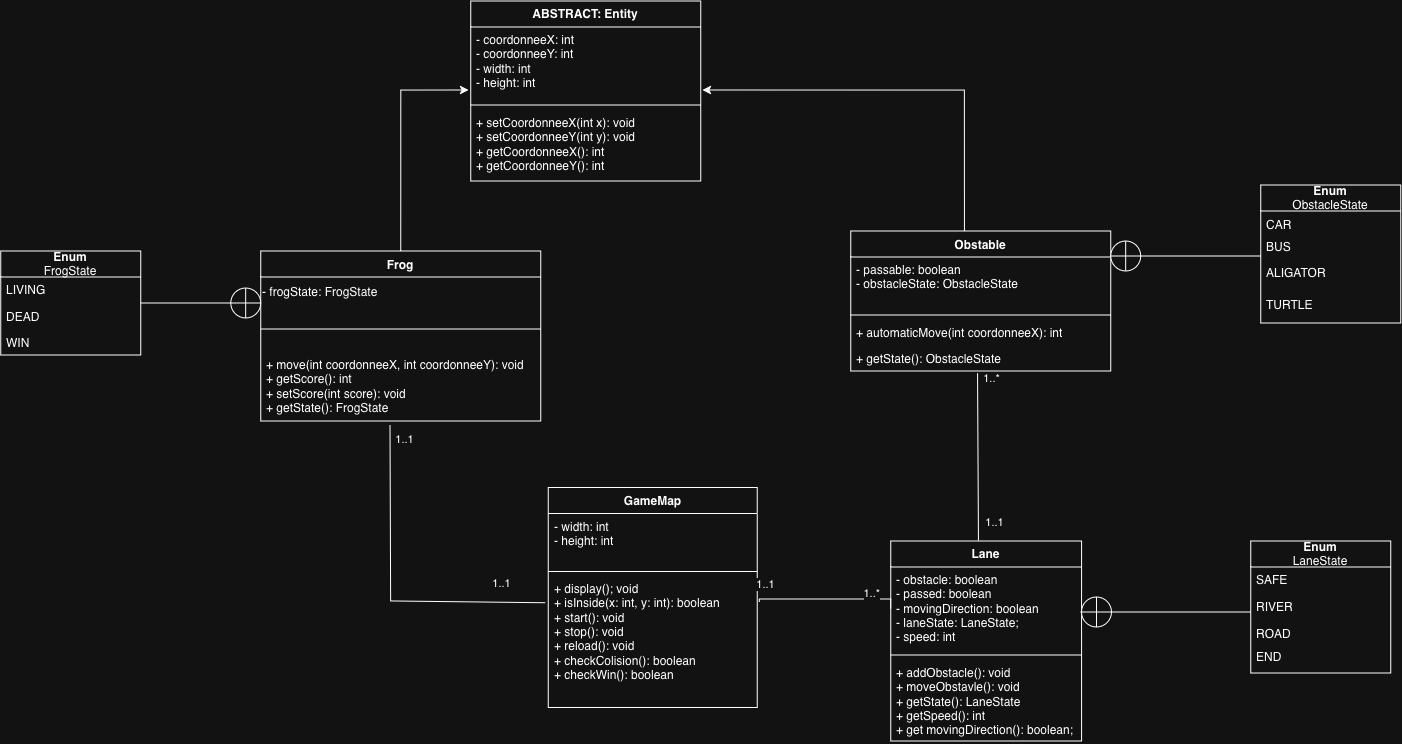
Above: diagrams/Diagram.png in quentinhouillon/Frogger (draw.io), before the change. Source tidied: cells renumbered, new cells last; positions are measured from the earlier drawing's top-left corner, leaving out a move shared by most shapes.
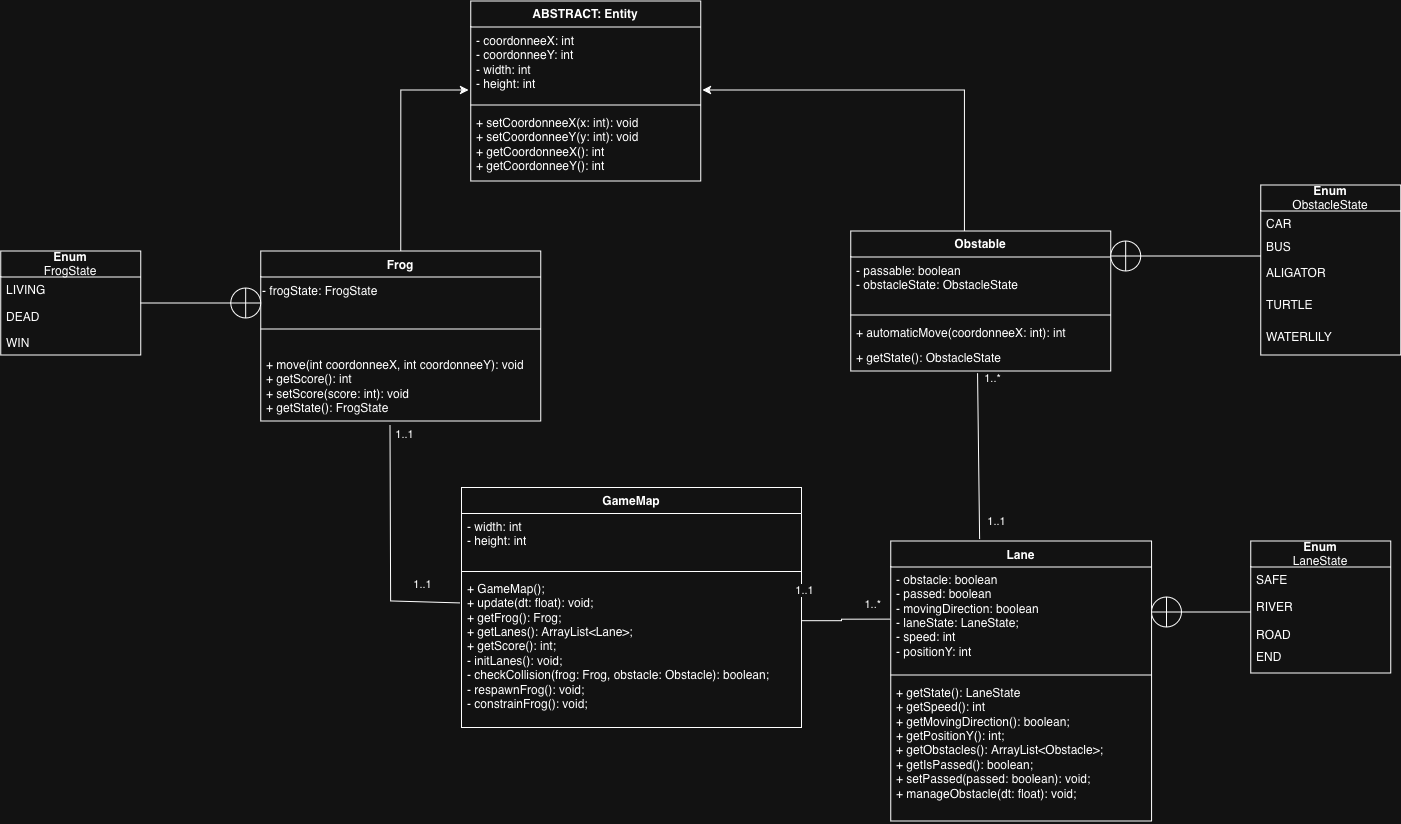
The same file after the commit.

Diff of the diagram source:
```diff
@@ -11,7 +11,7 @@
     <mxCell id="4" style="line;strokeWidth=1;fillColor=none;align=left;verticalAlign=middle;spacingTop=-1;spacingLeft=3;spacingRight=3;labelPosition=right;strokeColor=inherit;" parent="2" vertex="1">
       <mxGeometry y="100" width="230" height="8" as="geometry" />
     </mxCell>
-    <mxCell id="5" value="&lt;div&gt;+ setCoordonneeX(int x): void&lt;/div&gt;&lt;div&gt;+ setCoordonneeY(int y): void&lt;/div&gt;&lt;div&gt;+&amp;nbsp;getCoordonneeX(): int&lt;/div&gt;&lt;div&gt;+ getCoordonneeY(): int&lt;/div&gt;" style="text;strokeColor=none;fillColor=none;align=left;verticalAlign=top;spacingLeft=4;spacingRight=4;overflow=hidden;whiteSpace=wrap;html=1;" parent="2" vertex="1">
+    <mxCell id="5" value="&lt;div&gt;+ setCoordonneeX(x: int): void&lt;/div&gt;&lt;div&gt;+ setCoordonneeY(y: int): void&lt;/div&gt;&lt;div&gt;+&amp;nbsp;getCoordonneeX(): int&lt;/div&gt;&lt;div&gt;+ getCoordonneeY(): int&lt;/div&gt;" style="text;strokeColor=none;fillColor=none;align=left;verticalAlign=top;spacingLeft=4;spacingRight=4;overflow=hidden;whiteSpace=wrap;html=1;" parent="2" vertex="1">
       <mxGeometry y="108" width="230" height="72" as="geometry" />
     </mxCell>
     <mxCell id="6" value="Frog" style="swimlane;fontStyle=1;align=center;verticalAlign=top;horizontal=1;startSize=26;whiteSpace=wrap;html=1;" parent="1" vertex="1">
@@ -23,7 +23,7 @@
     <mxCell id="8" style="line;strokeWidth=1;fillColor=none;align=left;verticalAlign=middle;spacingTop=-1;spacingLeft=3;spacingRight=3;labelPosition=right;strokeColor=inherit;" parent="6" vertex="1">
       <mxGeometry y="56" width="280" height="44" as="geometry" />
     </mxCell>
-    <mxCell id="9" value="&lt;div&gt;+ move(int coordonneeX, int coordonneeY): void&lt;/div&gt;&lt;div&gt;+ getScore(): int&lt;/div&gt;&lt;div&gt;+ setScore(int score): void&lt;/div&gt;&lt;div&gt;+ getState(): FrogState&lt;/div&gt;" style="text;strokeColor=none;fillColor=none;align=left;verticalAlign=top;spacingLeft=4;spacingRight=4;overflow=hidden;points=[[0,0.5],[1,0.5]];portConstraint=eastwest;whiteSpace=wrap;html=1;" parent="6" vertex="1">
+    <mxCell id="9" value="&lt;div&gt;+ move(int coordonneeX, int coordonneeY): void&lt;/div&gt;&lt;div&gt;+ getScore(): int&lt;/div&gt;&lt;div&gt;+ setScore(score: int): void&lt;/div&gt;&lt;div&gt;+ getState(): FrogState&lt;/div&gt;" style="text;strokeColor=none;fillColor=none;align=left;verticalAlign=top;spacingLeft=4;spacingRight=4;overflow=hidden;points=[[0,0.5],[1,0.5]];portConstraint=eastwest;whiteSpace=wrap;html=1;" parent="6" vertex="1">
       <mxGeometry y="100" width="280" height="70" as="geometry" />
     </mxCell>
     <mxCell id="10" style="edgeStyle=orthogonalEdgeStyle;rounded=0;jettySize=auto;html=1;exitX=0.5;exitY=0;exitDx=0;exitDy=0;entryX=-0.009;entryY=0.851;entryDx=0;entryDy=0;entryPerimeter=0;" parent="1" edge="1" source="6" target="3">
@@ -32,7 +32,7 @@
     <mxCell id="11" style="edgeStyle=orthogonalEdgeStyle;rounded=0;jettySize=auto;html=1;entryX=1.008;entryY=0.851;entryDx=0;entryDy=0;entryPerimeter=0;exitX=0.438;exitY=0;exitDx=0;exitDy=0;exitPerimeter=0;" parent="1" edge="1" source="29" target="3">
       <mxGeometry relative="1" as="geometry" />
     </mxCell>
-    <mxCell id="12" style="endArrow=none;html=1;rounded=0;exitX=-0.013;exitY=0.207;exitDx=0;exitDy=0;exitPerimeter=0;entryX=0.462;entryY=1.051;entryDx=0;entryDy=0;entryPerimeter=0;" parent="1" edge="1" source="21" target="9">
+    <mxCell id="12" style="endArrow=none;html=1;rounded=0;exitX=-0.003;exitY=0.181;exitDx=0;exitDy=0;exitPerimeter=0;entryX=0.462;entryY=1.051;entryDx=0;entryDy=0;entryPerimeter=0;" parent="1" edge="1" source="21" target="9">
       <mxGeometry relative="1" as="geometry">
         <Array as="points">
           <mxPoint x="390.2" y="600.5" />
@@ -49,7 +49,7 @@
         <mxPoint x="-23" y="-17" as="offset" />
       </mxGeometry>
     </mxCell>
-    <mxCell id="15" style="endArrow=none;html=1;rounded=0;entryX=0.488;entryY=1.086;entryDx=0;entryDy=0;entryPerimeter=0;exitX=0.46;exitY=-0.002;exitDx=0;exitDy=0;exitPerimeter=0;" parent="1" edge="1" source="22" target="33">
+    <mxCell id="15" style="endArrow=none;html=1;rounded=0;entryX=0.488;entryY=1.086;entryDx=0;entryDy=0;entryPerimeter=0;exitX=0.341;exitY=-0.007;exitDx=0;exitDy=0;exitPerimeter=0;" parent="1" edge="1" source="22" target="33">
       <mxGeometry relative="1" as="geometry" />
     </mxCell>
     <mxCell id="16" value="1..*" style="edgeLabel;html=1;align=center;verticalAlign=middle;" parent="15" vertex="1">
@@ -63,33 +63,34 @@
       </mxGeometry>
     </mxCell>
     <mxCell id="18" value="GameMap" style="swimlane;fontStyle=1;align=center;verticalAlign=top;horizontal=1;startSize=26;whiteSpace=wrap;html=1;" parent="1" vertex="1">
-      <mxGeometry x="547.7" y="487" width="209" height="220" as="geometry" />
+      <mxGeometry x="461" y="487" width="340" height="240" as="geometry" />
     </mxCell>
     <mxCell id="19" value="&lt;div&gt;- width: int&lt;/div&gt;&lt;div&gt;- height: int&lt;/div&gt;" style="text;strokeColor=none;fillColor=none;align=left;verticalAlign=top;spacingLeft=4;spacingRight=4;overflow=hidden;whiteSpace=wrap;html=1;" parent="18" vertex="1">
-      <mxGeometry y="26" width="209" height="54" as="geometry" />
+      <mxGeometry y="26" width="340" height="54" as="geometry" />
     </mxCell>
     <mxCell id="20" style="line;strokeWidth=1;fillColor=none;align=left;verticalAlign=middle;spacingTop=-1;spacingLeft=3;spacingRight=3;labelPosition=right;strokeColor=inherit;" parent="18" vertex="1">
-      <mxGeometry y="80" width="209" height="8" as="geometry" />
+      <mxGeometry y="80" width="340" height="8" as="geometry" />
     </mxCell>
-    <mxCell id="21" value="&lt;div&gt;+ display(); void&lt;/div&gt;&lt;div&gt;+ isInside(x: int, y: int): boolean&lt;/div&gt;&lt;div&gt;+ start(): void&lt;/div&gt;&lt;div&gt;+ stop(): void&lt;/div&gt;&lt;div&gt;&lt;div&gt;+ reload(): void&lt;/div&gt;&lt;/div&gt;&lt;div&gt;+ checkColision(): boolean&lt;/div&gt;&lt;div&gt;+ checkWin(): boolean&lt;/div&gt;" style="text;strokeColor=none;fillColor=none;align=left;verticalAlign=top;spacingLeft=4;spacingRight=4;overflow=hidden;points=[[0,0.5],[1,0.5]];portConstraint=eastwest;whiteSpace=wrap;html=1;" parent="18" vertex="1">
-      <mxGeometry y="88" width="209" height="132" as="geometry" />
+    <mxCell id="21" value="+ GameMap();&lt;br&gt;+ update(dt: float): void;&lt;br&gt;+ getFrog(): Frog;&lt;br&gt;+ getLanes(): ArrayList&amp;lt;Lane&amp;gt;;&lt;br&gt;+ getScore(): int;&lt;br&gt;- initLanes(): void;&lt;br&gt;- checkCollision(frog: Frog, obstacle: Obstacle): boolean;&lt;br&gt;- respawnFrog(): void;&lt;br&gt;- constrainFrog(): void;" style="text;strokeColor=none;fillColor=none;align=left;verticalAlign=top;spacingLeft=4;spacingRight=4;overflow=hidden;points=[[0,0.5],[1,0.5]];portConstraint=eastwest;whiteSpace=wrap;html=1;" parent="18" vertex="1">
+      <mxGeometry y="88" width="340" height="152" as="geometry" />
     </mxCell>
     <mxCell id="22" value="Lane" style="swimlane;fontStyle=1;align=center;verticalAlign=top;horizontal=1;startSize=26;whiteSpace=wrap;html=1;" parent="1" vertex="1">
-      <mxGeometry x="890.2" y="540.5" width="190.8" height="200" as="geometry" />
+      <mxGeometry x="890.2" y="540.5" width="260.8" height="280" as="geometry" />
     </mxCell>
-    <mxCell id="23" value="&lt;div&gt;- obstacle: boolean&lt;/div&gt;&lt;div&gt;- passed: boolean&lt;/div&gt;&lt;div&gt;- movingDirection: boolean&lt;/div&gt;&lt;div&gt;- laneState: LaneState;&lt;/div&gt;- speed: int" style="text;strokeColor=none;fillColor=none;align=left;verticalAlign=top;spacingLeft=4;spacingRight=4;overflow=hidden;points=[[0,0.5],[1,0.5]];portConstraint=eastwest;whiteSpace=wrap;html=1;" parent="22" vertex="1">
-      <mxGeometry y="26" width="190.8" height="84" as="geometry" />
+    <mxCell id="23" value="&lt;div&gt;- obstacle: boolean&lt;/div&gt;&lt;div&gt;- passed: boolean&lt;/div&gt;&lt;div&gt;- movingDirection: boolean&lt;/div&gt;&lt;div&gt;- laneState: LaneState;&lt;/div&gt;&lt;div&gt;- speed: int&lt;/div&gt;&lt;div&gt;- positionY: int&lt;/div&gt;" style="text;strokeColor=none;fillColor=none;align=left;verticalAlign=top;spacingLeft=4;spacingRight=4;overflow=hidden;points=[[0,0.5],[1,0.5]];portConstraint=eastwest;whiteSpace=wrap;html=1;" parent="22" vertex="1">
+      <mxGeometry y="26" width="260.8" height="104" as="geometry" />
     </mxCell>
     <mxCell id="24" style="line;strokeWidth=1;fillColor=none;align=left;verticalAlign=middle;spacingTop=-1;spacingLeft=3;spacingRight=3;labelPosition=right;strokeColor=inherit;" parent="22" vertex="1">
-      <mxGeometry y="110" width="190.8" height="8" as="geometry" />
+      <mxGeometry y="130" width="260.8" height="8" as="geometry" />
     </mxCell>
-    <mxCell id="25" value="&lt;div&gt;+ addObstacle(): void&lt;/div&gt;&lt;div&gt;+ moveObstavle(): void&lt;/div&gt;&lt;div&gt;+ getState(): LaneState&lt;/div&gt;&lt;div&gt;+ getSpeed(): int&lt;/div&gt;&lt;div&gt;+ get movingDirection(): boolean;&lt;/div&gt;" style="text;strokeColor=none;fillColor=none;align=left;verticalAlign=top;spacingLeft=4;spacingRight=4;overflow=hidden;whiteSpace=wrap;html=1;" parent="22" vertex="1">
-      <mxGeometry y="118" width="190.8" height="82" as="geometry" />
+    <mxCell id="25" value="&lt;div&gt;+ getState(): LaneState&lt;/div&gt;&lt;div&gt;+ getSpeed(): int&lt;/div&gt;&lt;div&gt;+ getMovingDirection(): boolean;&lt;/div&gt;&lt;div&gt;+ getPositionY(): int;&lt;/div&gt;&lt;div&gt;+ getObstacles():&amp;nbsp;ArrayList&amp;lt;Obstacle&amp;gt;;&lt;/div&gt;&lt;div&gt;+ getIsPassed(): boolean;&lt;/div&gt;&lt;div&gt;+ setPassed(passed: boolean): void;&lt;/div&gt;&lt;div&gt;+ manageObstacle(dt: float): void;&lt;/div&gt;" style="text;strokeColor=none;fillColor=none;align=left;verticalAlign=top;spacingLeft=4;spacingRight=4;overflow=hidden;whiteSpace=wrap;html=1;" parent="22" vertex="1">
+      <mxGeometry y="138" width="260.8" height="142" as="geometry" />
     </mxCell>
-    <mxCell id="26" style="endArrow=none;html=1;edgeStyle=orthogonalEdgeStyle;rounded=0;entryX=0;entryY=0.5;entryDx=0;entryDy=0;exitX=1.01;exitY=0.198;exitDx=0;exitDy=0;exitPerimeter=0;" parent="1" edge="1" source="21" target="23">
+    <mxCell id="26" style="endArrow=none;html=1;edgeStyle=orthogonalEdgeStyle;rounded=0;entryX=0;entryY=0.5;entryDx=0;entryDy=0;exitX=1;exitY=0.139;exitDx=0;exitDy=0;exitPerimeter=0;" parent="1" edge="1" source="21" target="23">
       <mxGeometry relative="1" as="geometry">
         <Array as="points">
-          <mxPoint x="759.2" y="598.5" />
+          <mxPoint x="841" y="620" />
+          <mxPoint x="841" y="619" />
         </Array>
       </mxGeometry>
     </mxCell>
@@ -112,7 +113,7 @@
     <mxCell id="31" style="line;strokeWidth=1;fillColor=none;align=left;verticalAlign=middle;spacingTop=-1;spacingLeft=3;spacingRight=3;labelPosition=right;strokeColor=inherit;" parent="29" vertex="1">
       <mxGeometry y="80" width="260" height="8" as="geometry" />
     </mxCell>
-    <mxCell id="32" value="&lt;div&gt;+ automaticMove(int coordonneeX): int&lt;/div&gt;" style="text;strokeColor=none;fillColor=none;align=left;verticalAlign=top;spacingLeft=4;spacingRight=4;overflow=hidden;whiteSpace=wrap;html=1;" parent="29" vertex="1">
+    <mxCell id="32" value="&lt;div&gt;+ automaticMove(coordonneeX: int): int&lt;/div&gt;" style="text;strokeColor=none;fillColor=none;align=left;verticalAlign=top;spacingLeft=4;spacingRight=4;overflow=hidden;whiteSpace=wrap;html=1;" parent="29" vertex="1">
       <mxGeometry y="88" width="260" height="26" as="geometry" />
     </mxCell>
     <mxCell id="33" value="&lt;div&gt;+ getState(): ObstacleState&lt;/div&gt;" style="text;strokeColor=none;fillColor=none;align=left;verticalAlign=top;spacingLeft=4;spacingRight=4;overflow=hidden;points=[[0,0.5],[1,0.5]];portConstraint=eastwest;whiteSpace=wrap;html=1;" parent="29" vertex="1">
@@ -137,7 +138,7 @@
       <mxGeometry x="140.2" y="298.5" width="90" height="8" as="geometry" />
     </mxCell>
     <mxCell id="40" value="&lt;div&gt;&lt;b&gt;Enum&lt;/b&gt;&lt;/div&gt;&lt;div&gt;ObstacleState&lt;/div&gt;" style="swimlane;fontStyle=0;horizontal=1;startSize=26;fillColor=none;whiteSpace=wrap;html=1;" parent="1" vertex="1">
-      <mxGeometry x="1260.2" y="184.5" width="140" height="138" as="geometry" />
+      <mxGeometry x="1260.2" y="184.5" width="140" height="170" as="geometry" />
     </mxCell>
     <mxCell id="41" value="CAR" style="text;strokeColor=none;fillColor=none;align=left;verticalAlign=top;spacingLeft=4;spacingRight=4;overflow=hidden;whiteSpace=wrap;html=1;" parent="40" vertex="1">
       <mxGeometry y="26" width="140" height="22" as="geometry" />
@@ -151,6 +152,9 @@
     <mxCell id="44" value="&lt;div&gt;TURTLE&lt;/div&gt;" style="text;strokeColor=none;fillColor=none;align=left;verticalAlign=top;spacingLeft=4;spacingRight=4;overflow=hidden;whiteSpace=wrap;html=1;" parent="40" vertex="1">
       <mxGeometry y="106" width="140" height="32" as="geometry" />
     </mxCell>
+    <mxCell id="54" value="WATERLILY" style="text;strokeColor=none;fillColor=none;align=left;verticalAlign=top;spacingLeft=4;spacingRight=4;overflow=hidden;whiteSpace=wrap;html=1;" parent="40" vertex="1">
+      <mxGeometry y="138" width="140" height="32" as="geometry" />
+    </mxCell>
     <mxCell id="45" style="verticalLabelPosition=bottom;verticalAlign=top;html=1;shape=mxgraph.flowchart.summing_function;" parent="1" vertex="1">
       <mxGeometry x="1110.2" y="240.5" width="30" height="30" as="geometry" />
     </mxCell>
@@ -173,10 +177,10 @@
       <mxGeometry y="102" width="140" height="30" as="geometry" />
     </mxCell>
     <mxCell id="52" style="line;strokeWidth=1;fillColor=none;align=left;verticalAlign=middle;spacingTop=-1;spacingLeft=3;spacingRight=3;labelPosition=right;strokeColor=inherit;" parent="1" vertex="1">
-      <mxGeometry x="1080.2" y="607.5" width="170" height="8" as="geometry" />
+      <mxGeometry x="1181" y="607.5" width="69.2" height="8" as="geometry" />
     </mxCell>
     <mxCell id="53" style="verticalLabelPosition=bottom;verticalAlign=top;html=1;shape=mxgraph.flowchart.summing_function;" parent="1" vertex="1">
-      <mxGeometry x="1081" y="596.5" width="30" height="30" as="geometry" />
+      <mxGeometry x="1151" y="596.5" width="30" height="30" as="geometry" />
     </mxCell>
   </root>
 </mxGraphModel>
```
